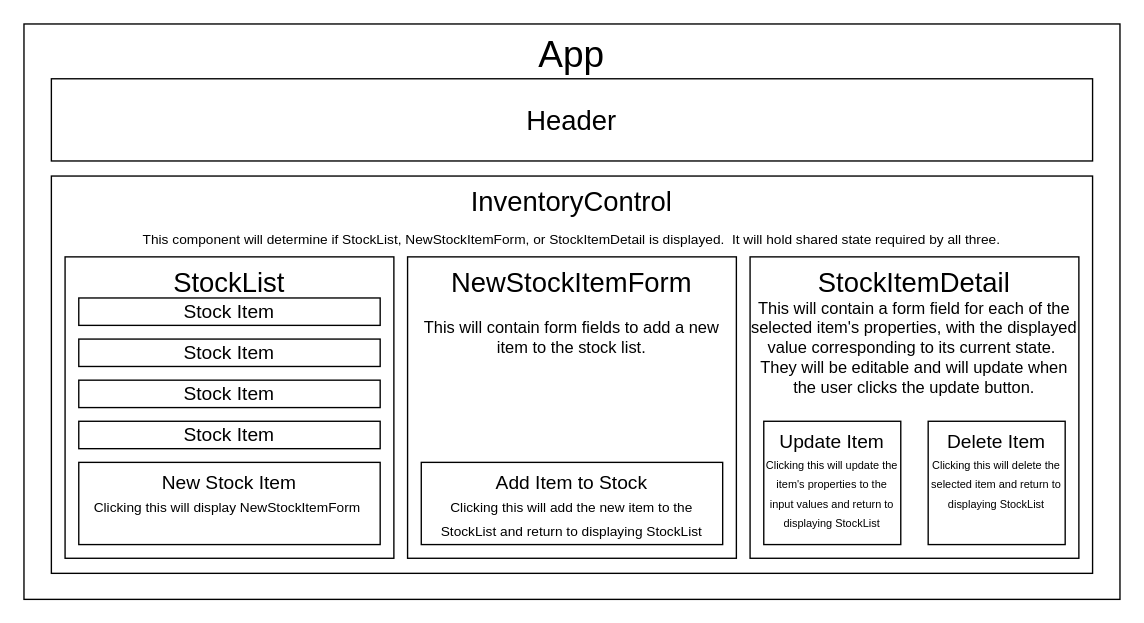
NoahKise/inventory-tracker2.0 keeps this draw.io diagram as project-structure.drawio. Above is the earlier version. Source tidied: cells renumbered, new cells numbered last; positions are measured from the earlier drawing's top-left corner, leaving out a move shared by most shapes. Both pictures are drawn from the tidied source at 137%, with x=0, y=0 at pixel (23, 23).
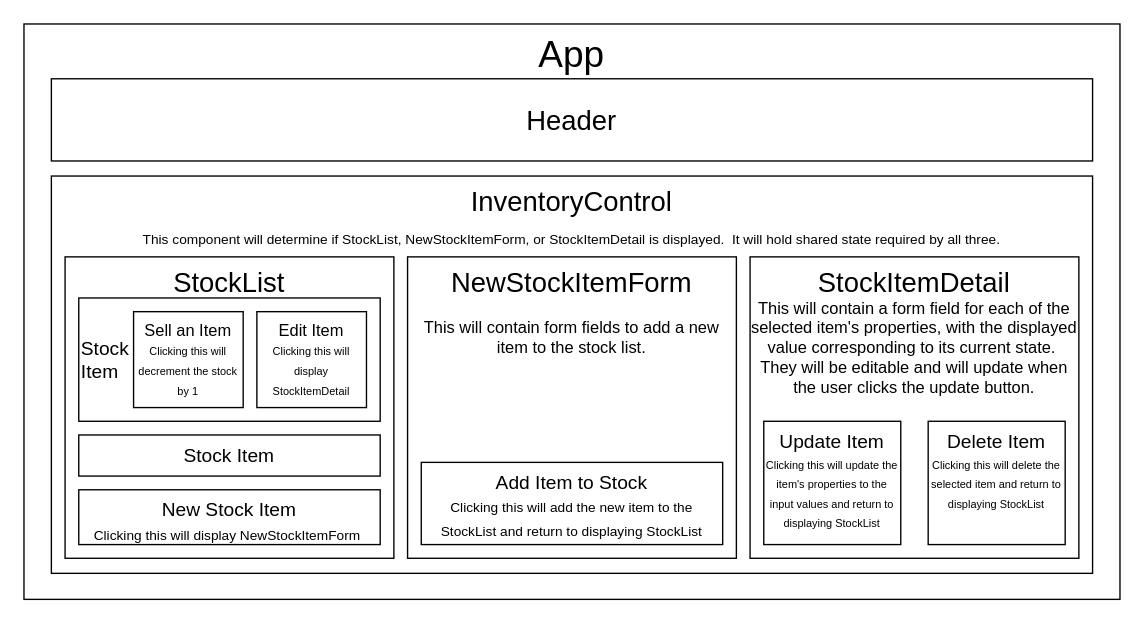
Above is the later version.

The edit, as a diff of the source:
```diff
@@
 <mxGraphModel>
   <root>
     <mxCell id="0" />
     <mxCell id="1" parent="0" />
     <mxCell id="2" value="App" style="rounded=0;whiteSpace=wrap;html=1;verticalAlign=top;fontSize=27;" parent="1" vertex="1">
       <mxGeometry width="800" height="420" as="geometry" />
     </mxCell>
     <mxCell id="3" value="&lt;font style=&quot;font-size: 20px;&quot;&gt;Header&lt;/font&gt;" style="rounded=0;whiteSpace=wrap;html=1;" parent="1" vertex="1">
       <mxGeometry x="20" y="40" width="760" height="60" as="geometry" />
     </mxCell>
     <mxCell id="4" value="InventoryControl&lt;br style=&quot;font-size: 19px;&quot;&gt;&lt;font style=&quot;font-size: 10px;&quot;&gt;This&lt;/font&gt;&lt;font size=&quot;1&quot; style=&quot;&quot;&gt;&amp;nbsp;component will determine if StockList, NewStockItemForm, or StockItemDetail is displayed.&amp;nbsp; It will hold shared state required by all three.&lt;/font&gt;" style="rounded=0;whiteSpace=wrap;html=1;verticalAlign=top;fontSize=20;" parent="1" vertex="1">
       <mxGeometry x="20" y="111" width="760" height="290" as="geometry" />
     </mxCell>
     <mxCell id="5" value="&lt;font style=&quot;font-size: 20px;&quot;&gt;StockList&lt;/font&gt;" style="rounded=0;whiteSpace=wrap;html=1;verticalAlign=top;fontSize=17;" parent="1" vertex="1">
       <mxGeometry x="30" y="170" width="240" height="220" as="geometry" />
     </mxCell>
     <mxCell id="6" value="&lt;font style=&quot;&quot;&gt;&lt;font style=&quot;font-size: 20px;&quot;&gt;NewStockItemForm&lt;/font&gt;&lt;br&gt;&lt;br&gt;This will contain form fields to add a new item to the stock list.&lt;br&gt;&lt;/font&gt;" style="rounded=0;whiteSpace=wrap;html=1;verticalAlign=top;" parent="1" vertex="1">
       <mxGeometry x="280" y="170" width="240" height="220" as="geometry" />
     </mxCell>
     <mxCell id="7" value="New Stock Item&lt;br style=&quot;font-size: 13px;&quot;&gt;&lt;font size=&quot;1&quot;&gt;Clicking this will display NewStockItemForm&amp;nbsp;&lt;/font&gt;" style="rounded=0;whiteSpace=wrap;html=1;verticalAlign=top;fontSize=14;" parent="1" vertex="1">
-      <mxGeometry x="40" y="320" width="220" height="60" as="geometry" />
+      <mxGeometry x="40" y="340" width="220" height="40" as="geometry" />
     </mxCell>
     <mxCell id="8" value="Add Item to Stock&lt;br style=&quot;font-size: 13px;&quot;&gt;&lt;font size=&quot;1&quot;&gt;Clicking this will add the new item to the StockList and return to displaying StockList&lt;/font&gt;" style="rounded=0;whiteSpace=wrap;html=1;verticalAlign=top;fontSize=14;" parent="1" vertex="1">
       <mxGeometry x="290" y="320" width="220" height="60" as="geometry" />
     </mxCell>
-    <mxCell id="9" value="&lt;font style=&quot;font-size: 14px;&quot;&gt;Stock Item&lt;/font&gt;" style="rounded=0;whiteSpace=wrap;html=1;" parent="1" vertex="1">
-      <mxGeometry x="40" y="200" width="220" height="20" as="geometry" />
+    <mxCell id="9" value="&lt;font style=&quot;font-size: 14px;&quot;&gt;Stock&lt;br&gt;Item&lt;/font&gt;" style="rounded=0;whiteSpace=wrap;html=1;labelPosition=center;verticalLabelPosition=middle;align=left;verticalAlign=middle;" parent="1" vertex="1">
+      <mxGeometry x="40" y="200" width="220" height="90" as="geometry" />
     </mxCell>
-    <mxCell id="10" value="&lt;font style=&quot;font-size: 14px;&quot;&gt;Stock Item&lt;/font&gt;" style="rounded=0;whiteSpace=wrap;html=1;" parent="1" vertex="1">
-      <mxGeometry x="40" y="230" width="220" height="20" as="geometry" />
-    </mxCell>
-    <mxCell id="11" value="&lt;font style=&quot;font-size: 14px;&quot;&gt;Stock Item&lt;/font&gt;" style="rounded=0;whiteSpace=wrap;html=1;" parent="1" vertex="1">
-      <mxGeometry x="40" y="260" width="220" height="20" as="geometry" />
-    </mxCell>
-    <mxCell id="12" value="&lt;font style=&quot;font-size: 14px;&quot;&gt;Stock Item&lt;/font&gt;" style="rounded=0;whiteSpace=wrap;html=1;" parent="1" vertex="1">
-      <mxGeometry x="40" y="290" width="220" height="20" as="geometry" />
+    <mxCell id="12" value="&lt;font style=&quot;font-size: 14px;&quot;&gt;Stock Item&lt;/font&gt;" style="rounded=0;whiteSpace=wrap;html=1;align=center;" parent="1" vertex="1">
+      <mxGeometry x="40" y="300" width="220" height="30" as="geometry" />
     </mxCell>
     <mxCell id="13" value="&lt;font style=&quot;&quot;&gt;&lt;span style=&quot;font-size: 20px;&quot;&gt;StockItemDetail&lt;/span&gt;&lt;br&gt;This will contain a form field for each of the selected item's properties, with the displayed value corresponding to its current state.&amp;nbsp; They will be editable and will update when the user clicks the update button.&lt;br&gt;&lt;/font&gt;" style="rounded=0;whiteSpace=wrap;html=1;verticalAlign=top;" parent="1" vertex="1">
       <mxGeometry x="530" y="170" width="240" height="220" as="geometry" />
     </mxCell>
     <mxCell id="14" value="&lt;font style=&quot;&quot;&gt;&lt;span style=&quot;font-size: 14px;&quot;&gt;Update Item&lt;/span&gt;&lt;br&gt;&lt;font style=&quot;font-size: 8px;&quot;&gt;Clicking this will update the item's properties to the input values and return to displaying StockList&lt;/font&gt;&lt;br&gt;&lt;/font&gt;" style="rounded=0;whiteSpace=wrap;html=1;verticalAlign=top;" parent="1" vertex="1">
       <mxGeometry x="540" y="290" width="100" height="90" as="geometry" />
     </mxCell>
     <mxCell id="15" value="&lt;font style=&quot;&quot;&gt;&lt;span style=&quot;font-size: 14px;&quot;&gt;Delete Item&lt;/span&gt;&lt;br&gt;&lt;font style=&quot;font-size: 8px;&quot;&gt;Clicking this will delete the selected item and return to displaying StockList&lt;/font&gt;&lt;br&gt;&lt;/font&gt;" style="rounded=0;whiteSpace=wrap;html=1;verticalAlign=top;" parent="1" vertex="1">
       <mxGeometry x="660" y="290" width="100" height="90" as="geometry" />
     </mxCell>
+    <mxCell id="16" value="&lt;font style=&quot;&quot;&gt;Sell an Item&lt;br&gt;&lt;font style=&quot;font-size: 8px;&quot;&gt;Clicking this will decrement the stock by 1&lt;/font&gt;&lt;br&gt;&lt;/font&gt;" style="rounded=0;whiteSpace=wrap;html=1;verticalAlign=top;" parent="1" vertex="1">
+      <mxGeometry x="80" y="210" width="80" height="70" as="geometry" />
+    </mxCell>
+    <mxCell id="17" value="&lt;font style=&quot;&quot;&gt;&lt;font style=&quot;&quot;&gt;Edit Item&lt;br&gt;&lt;/font&gt;&lt;font style=&quot;font-size: 8px;&quot;&gt;Clicking this will display StockItemDetail&lt;/font&gt;&lt;br&gt;&lt;/font&gt;" style="rounded=0;whiteSpace=wrap;html=1;verticalAlign=top;" parent="1" vertex="1">
+      <mxGeometry x="170" y="210" width="80" height="70" as="geometry" />
+    </mxCell>
   </root>
 </mxGraphModel>
```
